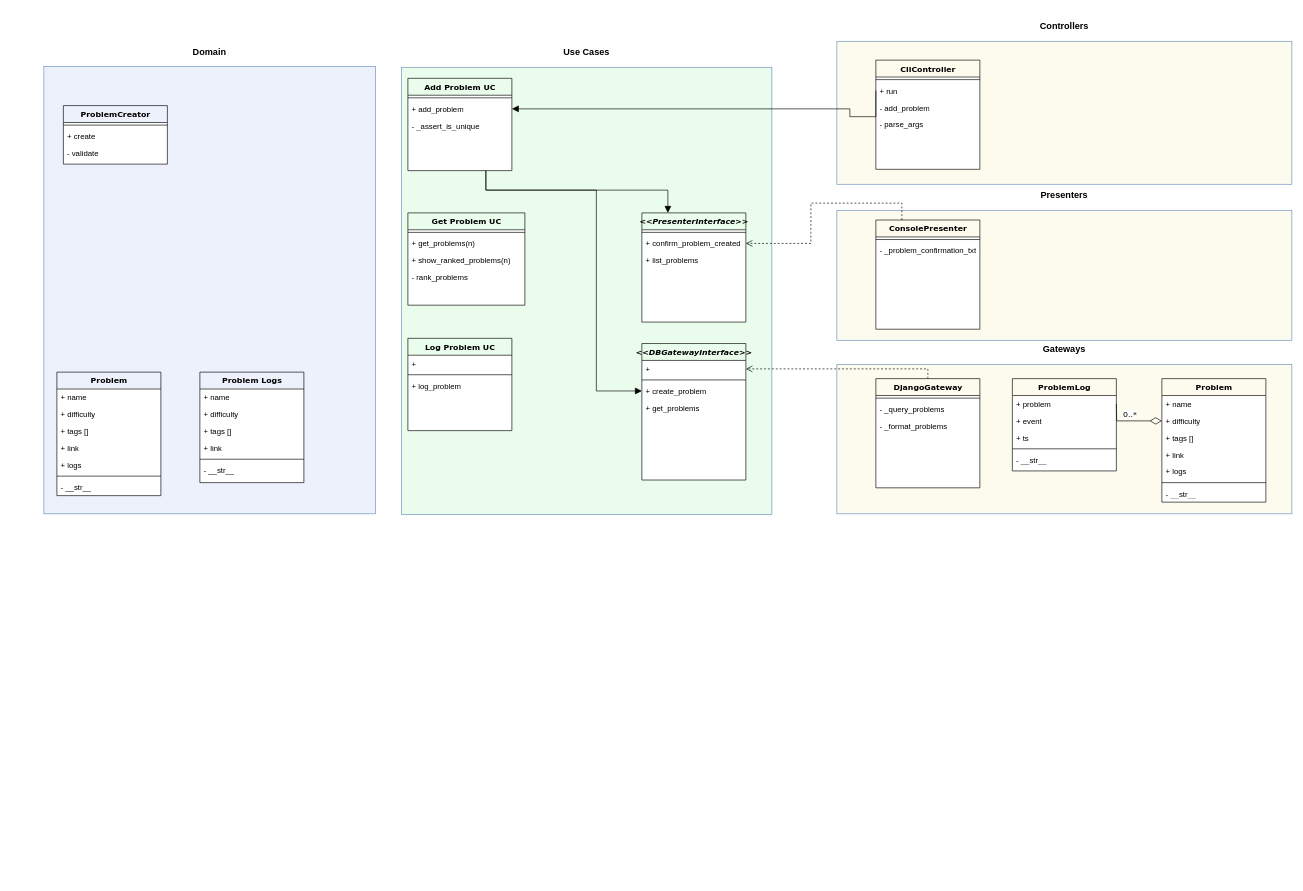
Above: docs/class_diagram.drawio in MBlistein/spaced-repetition (draw.io), before the change. Source tidied: cells renumbered, new cells numbered last; positions are measured from the earlier drawing's top-left corner, leaving out a move shared by most shapes. Both pictures are drawn from the tidied source at 65%, with x=0, y=0 at pixel (44, 41).
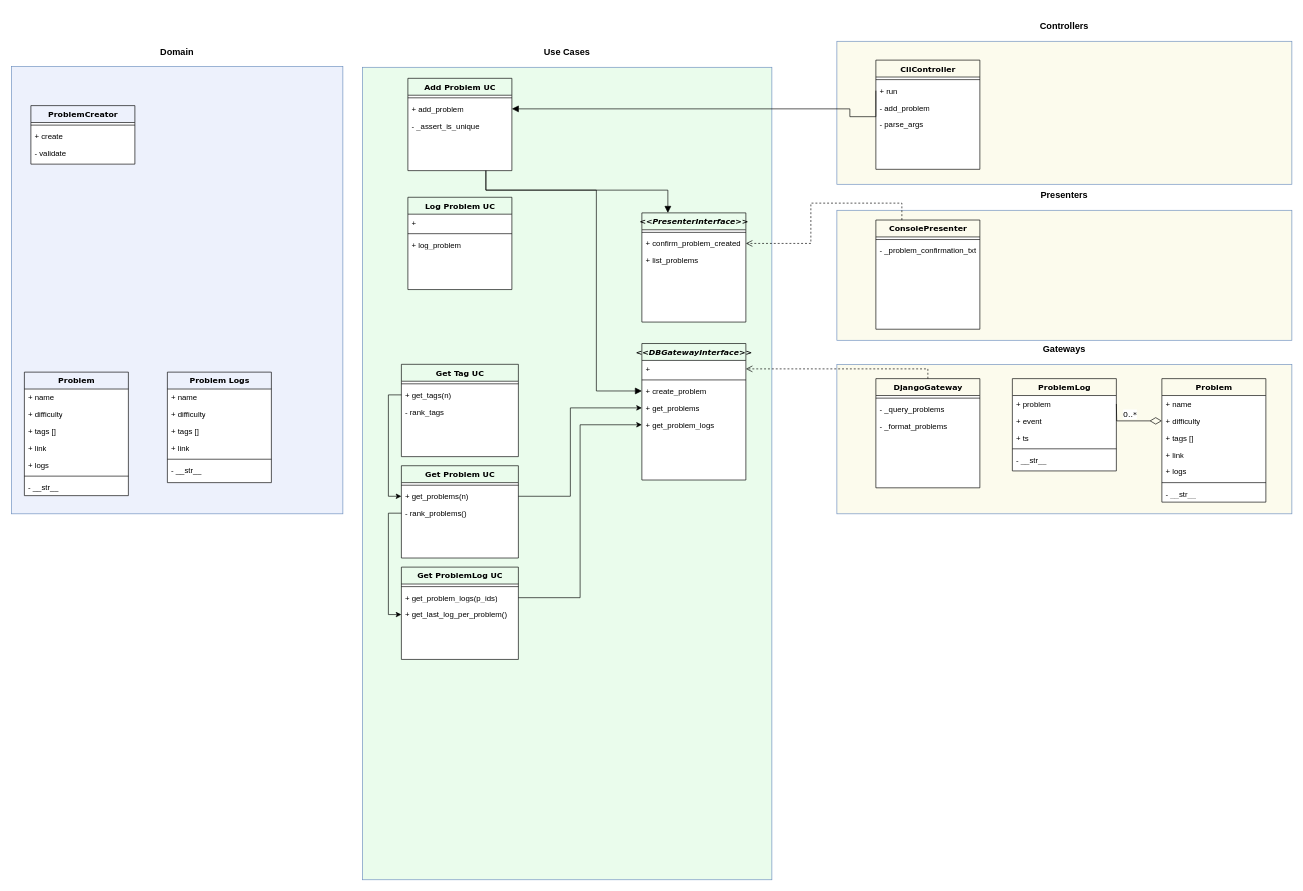
After the change.

The change refers to these unchanged cells:
```xml
<mxCell id="43" value="&lt;i&gt;&amp;lt;&amp;lt;DBGatewayInterface&amp;gt;&amp;gt;&lt;/i&gt;" style="swimlane;html=1;fontStyle=1;align=center;verticalAlign=top;horizontal=1;startSize=26;swimlaneFillColor=#ffffff;rounded=0;shadow=0;comic=0;labelBackgroundColor=none;strokeWidth=1;fillColor=none;fontFamily=Verdana;fontSize=12;" parent="1" vertex="1">
  <mxGeometry x="920" y="465" width="160" height="210" as="geometry" />
</mxCell>
<mxCell id="47" value="+ get_problems" style="text;html=1;strokeColor=none;fillColor=none;align=left;verticalAlign=top;spacingLeft=4;spacingRight=4;whiteSpace=wrap;overflow=hidden;points=[[0,0.5],[1,0.5]];portConstraint=eastwest;" parent="43" vertex="1">
  <mxGeometry y="86" width="160" height="26" as="geometry" />
</mxCell>
<mxCell id="50" value="+ get_problems(n)" style="text;html=1;strokeColor=none;fillColor=none;align=left;verticalAlign=top;spacingLeft=4;spacingRight=4;whiteSpace=wrap;overflow=hidden;points=[[0,0.5],[1,0.5]];portConstraint=eastwest;" parent="48" vertex="1">
  <mxGeometry y="34" width="180" height="26" as="geometry" />
</mxCell>
```

The edit, as a diff of the source:
```diff
@@
     <mxCell id="4" value="&lt;h3&gt;Use Cases&lt;/h3&gt;" style="rounded=0;whiteSpace=wrap;html=1;strokeColor=#6c8ebf;align=center;labelPosition=center;verticalLabelPosition=top;verticalAlign=bottom;spacing=0;fillColor=#EAFCEC;" parent="1" vertex="1">
-      <mxGeometry x="550" y="40" width="570" height="688" as="geometry" />
+      <mxGeometry x="490" y="40" width="630" height="1250" as="geometry" />
     </mxCell>
     <mxCell id="5" value="&lt;h3&gt;Domain&lt;/h3&gt;" style="rounded=0;whiteSpace=wrap;html=1;strokeColor=#6c8ebf;fillColor=#EDF1FC;align=center;labelPosition=center;verticalLabelPosition=top;verticalAlign=bottom;spacing=0;" parent="1" vertex="1">
-      <mxGeometry y="39" width="510" height="688" as="geometry" />
+      <mxGeometry x="-50" y="39" width="510" height="688" as="geometry" />
     </mxCell>
@@
     <mxCell id="11" value="Problem" style="swimlane;html=1;fontStyle=1;align=center;verticalAlign=top;horizontal=1;startSize=26;swimlaneFillColor=#ffffff;rounded=0;shadow=0;comic=0;labelBackgroundColor=none;strokeWidth=1;fillColor=none;fontFamily=Verdana;fontSize=12;" parent="1" vertex="1">
-      <mxGeometry x="20" y="509" width="160" height="190" as="geometry" />
+      <mxGeometry x="-30" y="509" width="160" height="190" as="geometry" />
     </mxCell>
@@
     <mxCell id="19" value="Problem Logs" style="swimlane;html=1;fontStyle=1;align=center;verticalAlign=top;horizontal=1;startSize=26;swimlaneFillColor=#ffffff;rounded=0;shadow=0;comic=0;labelBackgroundColor=none;strokeWidth=1;fillColor=none;fontFamily=Verdana;fontSize=12;" parent="1" vertex="1">
-      <mxGeometry x="240" y="509" width="160" height="170" as="geometry" />
+      <mxGeometry x="190" y="509" width="160" height="170" as="geometry" />
     </mxCell>
@@
     <mxCell id="26" value="Log Problem UC" style="swimlane;html=1;fontStyle=1;align=center;verticalAlign=top;horizontal=1;startSize=26;swimlaneFillColor=#ffffff;rounded=0;shadow=0;comic=0;labelBackgroundColor=none;strokeWidth=1;fillColor=none;fontFamily=Verdana;fontSize=12;" parent="1" vertex="1">
-      <mxGeometry x="560" y="457" width="160" height="142" as="geometry" />
+      <mxGeometry x="560" y="240" width="160" height="142" as="geometry" />
     </mxCell>
@@
+    <mxCell id="81" value="+ get_problem_logs" style="text;html=1;strokeColor=none;fillColor=none;align=left;verticalAlign=top;spacingLeft=4;spacingRight=4;whiteSpace=wrap;overflow=hidden;points=[[0,0.5],[1,0.5]];portConstraint=eastwest;" parent="43" vertex="1">
+      <mxGeometry y="112" width="160" height="26" as="geometry" />
+    </mxCell>
     <mxCell id="48" value="Get Problem UC" style="swimlane;html=1;fontStyle=1;align=center;verticalAlign=top;horizontal=1;startSize=26;swimlaneFillColor=#ffffff;rounded=0;shadow=0;comic=0;labelBackgroundColor=none;strokeWidth=1;fillColor=none;fontFamily=Verdana;fontSize=12;" parent="1" vertex="1">
-      <mxGeometry x="560" y="264" width="180" height="142" as="geometry" />
+      <mxGeometry x="550" y="653" width="180" height="142" as="geometry" />
     </mxCell>
@@
-    <mxCell id="51" value="+ show_ranked_problems(n)" style="text;html=1;strokeColor=none;fillColor=none;align=left;verticalAlign=top;spacingLeft=4;spacingRight=4;whiteSpace=wrap;overflow=hidden;points=[[0,0.5],[1,0.5]];portConstraint=eastwest;" parent="48" vertex="1">
+    <mxCell id="51" value="- rank_problems()" style="text;html=1;strokeColor=none;fillColor=none;align=left;verticalAlign=top;spacingLeft=4;spacingRight=4;whiteSpace=wrap;overflow=hidden;points=[[0,0.5],[1,0.5]];portConstraint=eastwest;" parent="48" vertex="1">
       <mxGeometry y="60" width="180" height="26" as="geometry" />
     </mxCell>
-    <mxCell id="52" value="- rank_problems" style="text;html=1;strokeColor=none;fillColor=none;align=left;verticalAlign=top;spacingLeft=4;spacingRight=4;whiteSpace=wrap;overflow=hidden;" parent="48" vertex="1">
-      <mxGeometry y="86" width="180" height="26" as="geometry" />
-    </mxCell>
@@
     <mxCell id="71" value="ProblemCreator" style="swimlane;html=1;fontStyle=1;align=center;verticalAlign=top;horizontal=1;startSize=26;swimlaneFillColor=#ffffff;rounded=0;shadow=0;comic=0;labelBackgroundColor=none;strokeWidth=1;fillColor=none;fontFamily=Verdana;fontSize=12;" parent="1" vertex="1">
-      <mxGeometry x="30" y="99" width="160" height="90" as="geometry" />
+      <mxGeometry x="-20" y="99" width="160" height="90" as="geometry" />
     </mxCell>
@@
+    <mxCell id="82" value="Get ProblemLog UC" style="swimlane;html=1;fontStyle=1;align=center;verticalAlign=top;horizontal=1;startSize=26;swimlaneFillColor=#ffffff;rounded=0;shadow=0;comic=0;labelBackgroundColor=none;strokeWidth=1;fillColor=none;fontFamily=Verdana;fontSize=12;" parent="1" vertex="1">
+      <mxGeometry x="550" y="809" width="180" height="142" as="geometry" />
+    </mxCell>
+    <mxCell id="83" style="line;html=1;strokeWidth=1;fillColor=none;align=left;verticalAlign=middle;spacingTop=-1;spacingLeft=3;spacingRight=3;labelPosition=right;" parent="82" vertex="1">
+      <mxGeometry y="26" width="180" height="8" as="geometry" />
+    </mxCell>
+    <mxCell id="84" value="+ get_problem_logs(p_ids)" style="text;html=1;strokeColor=none;fillColor=none;align=left;verticalAlign=top;spacingLeft=4;spacingRight=4;whiteSpace=wrap;overflow=hidden;points=[[0,0.5],[1,0.5]];portConstraint=eastwest;" parent="82" vertex="1">
+      <mxGeometry y="34" width="180" height="26" as="geometry" />
+    </mxCell>
+    <mxCell id="85" value="+ get_last_log_per_problem()" style="text;html=1;strokeColor=none;fillColor=none;align=left;verticalAlign=top;spacingLeft=4;spacingRight=4;whiteSpace=wrap;overflow=hidden;points=[[0,0.5],[1,0.5]];portConstraint=eastwest;" parent="82" vertex="1">
+      <mxGeometry y="60" width="180" height="26" as="geometry" />
+    </mxCell>
+    <mxCell id="86" value="Get Tag UC" style="swimlane;html=1;fontStyle=1;align=center;verticalAlign=top;horizontal=1;startSize=26;swimlaneFillColor=#ffffff;rounded=0;shadow=0;comic=0;labelBackgroundColor=none;strokeWidth=1;fillColor=none;fontFamily=Verdana;fontSize=12;" parent="1" vertex="1">
+      <mxGeometry x="550" y="497" width="180" height="142" as="geometry" />
+    </mxCell>
+    <mxCell id="87" style="line;html=1;strokeWidth=1;fillColor=none;align=left;verticalAlign=middle;spacingTop=-1;spacingLeft=3;spacingRight=3;labelPosition=right;" parent="86" vertex="1">
+      <mxGeometry y="26" width="180" height="8" as="geometry" />
+    </mxCell>
+    <mxCell id="88" value="+ get_tags(n)" style="text;html=1;strokeColor=none;fillColor=none;align=left;verticalAlign=top;spacingLeft=4;spacingRight=4;whiteSpace=wrap;overflow=hidden;points=[[0,0.5],[1,0.5]];portConstraint=eastwest;" parent="86" vertex="1">
+      <mxGeometry y="34" width="180" height="26" as="geometry" />
+    </mxCell>
+    <mxCell id="89" value="- rank_tags" style="text;html=1;strokeColor=none;fillColor=none;align=left;verticalAlign=top;spacingLeft=4;spacingRight=4;whiteSpace=wrap;overflow=hidden;" parent="86" vertex="1">
+      <mxGeometry y="60" width="180" height="26" as="geometry" />
+    </mxCell>
+    <mxCell id="90" style="edgeStyle=orthogonalEdgeStyle;rounded=0;jettySize=auto;html=1;exitX=0;exitY=0.5;exitDx=0;exitDy=0;entryX=0;entryY=0.5;entryDx=0;entryDy=0;" parent="1" edge="1" source="88" target="50">
+      <mxGeometry relative="1" as="geometry" />
+    </mxCell>
+    <mxCell id="91" style="edgeStyle=orthogonalEdgeStyle;rounded=0;jettySize=auto;html=1;exitX=0;exitY=0.5;exitDx=0;exitDy=0;entryX=0;entryY=0.5;entryDx=0;entryDy=0;" parent="1" edge="1" source="51" target="85">
+      <mxGeometry relative="1" as="geometry" />
+    </mxCell>
+    <mxCell id="92" style="edgeStyle=orthogonalEdgeStyle;rounded=0;jettySize=auto;html=1;exitX=1;exitY=0.5;exitDx=0;exitDy=0;entryX=0;entryY=0.5;entryDx=0;entryDy=0;" parent="1" edge="1" source="84" target="81">
+      <mxGeometry relative="1" as="geometry" />
+    </mxCell>
+    <mxCell id="93" style="edgeStyle=orthogonalEdgeStyle;rounded=0;jettySize=auto;html=1;exitX=1;exitY=0.5;exitDx=0;exitDy=0;" parent="1" edge="1" source="50" target="47">
+      <mxGeometry relative="1" as="geometry">
+        <Array as="points">
+          <mxPoint x="810" y="700" />
+          <mxPoint x="810" y="564" />
+        </Array>
+      </mxGeometry>
+    </mxCell>
```
